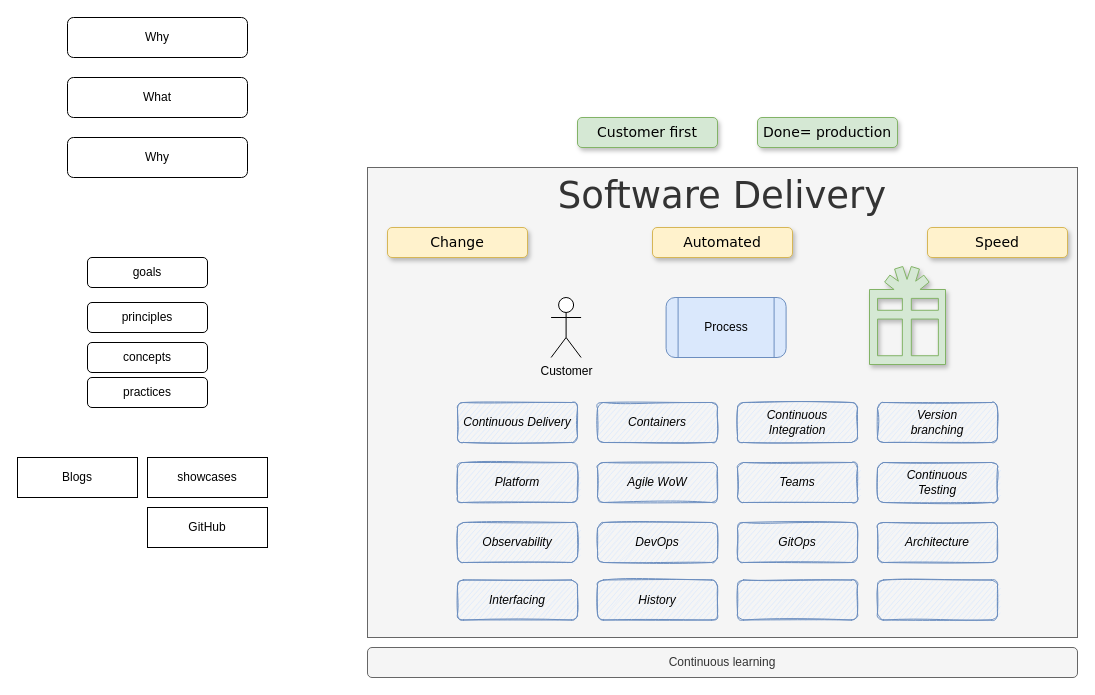
This is MindsetCD.drawio from Sim007/ContinuousDelivery, a draw.io file, before an edit. Source tidied: cells renumbered, new cells numbered last; positions are measured from the earlier drawing's top-left corner, leaving out a move shared by most shapes. Both pictures are drawn from the tidied source at 100%, with x=0, y=0 at pixel (17, 17).
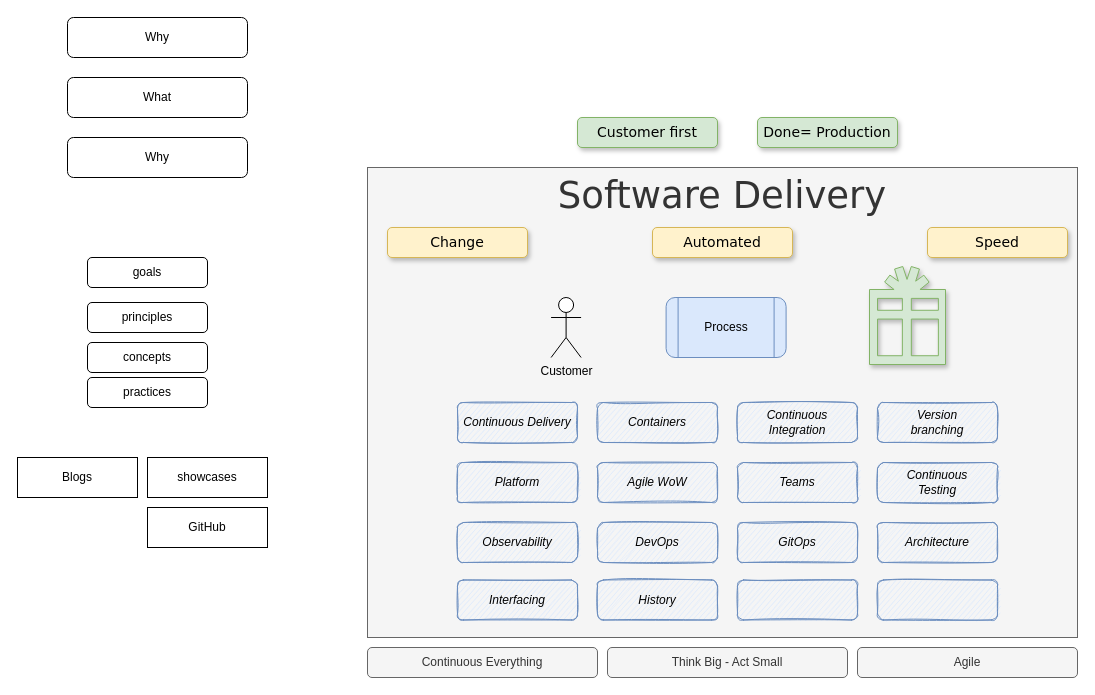
Above is the later version.

The edit, as a diff of the source:
```diff
@@
-    <mxCell id="26" value="Continuous learning" style="rounded=1;whiteSpace=wrap;html=1;fillColor=#f5f5f5;strokeColor=#666666;fontColor=#333333;" parent="1" vertex="1">
-      <mxGeometry x="350" y="630" width="710" height="30" as="geometry" />
+    <mxCell id="26" value="Continuous Everything" style="rounded=1;whiteSpace=wrap;html=1;fillColor=#f5f5f5;strokeColor=#666666;fontColor=#333333;" parent="1" vertex="1">
+      <mxGeometry x="350" y="630" width="230" height="30" as="geometry" />
     </mxCell>
@@
-    <mxCell id="37" value="Done= production" style="rounded=1;whiteSpace=wrap;html=1;shadow=1;glass=0;labelBackgroundColor=none;sketch=0;fontFamily=Verdana;fontSize=14;verticalAlign=top;fillColor=#d5e8d4;strokeColor=#82b366;" parent="1" vertex="1">
+    <mxCell id="37" value="Done= Production" style="rounded=1;whiteSpace=wrap;html=1;shadow=1;glass=0;labelBackgroundColor=none;sketch=0;fontFamily=Verdana;fontSize=14;verticalAlign=top;fillColor=#d5e8d4;strokeColor=#82b366;" parent="1" vertex="1">
       <mxGeometry x="740" y="100" width="140" height="30" as="geometry" />
     </mxCell>
+    <mxCell id="38" value="Think Big - Act Small" style="rounded=1;whiteSpace=wrap;html=1;fillColor=#f5f5f5;strokeColor=#666666;fontColor=#333333;" parent="1" vertex="1">
+      <mxGeometry x="590" y="630" width="240" height="30" as="geometry" />
+    </mxCell>
+    <mxCell id="39" value="Agile" style="rounded=1;whiteSpace=wrap;html=1;fillColor=#f5f5f5;strokeColor=#666666;fontColor=#333333;" parent="1" vertex="1">
+      <mxGeometry x="840" y="630" width="220" height="30" as="geometry" />
+    </mxCell>
```
